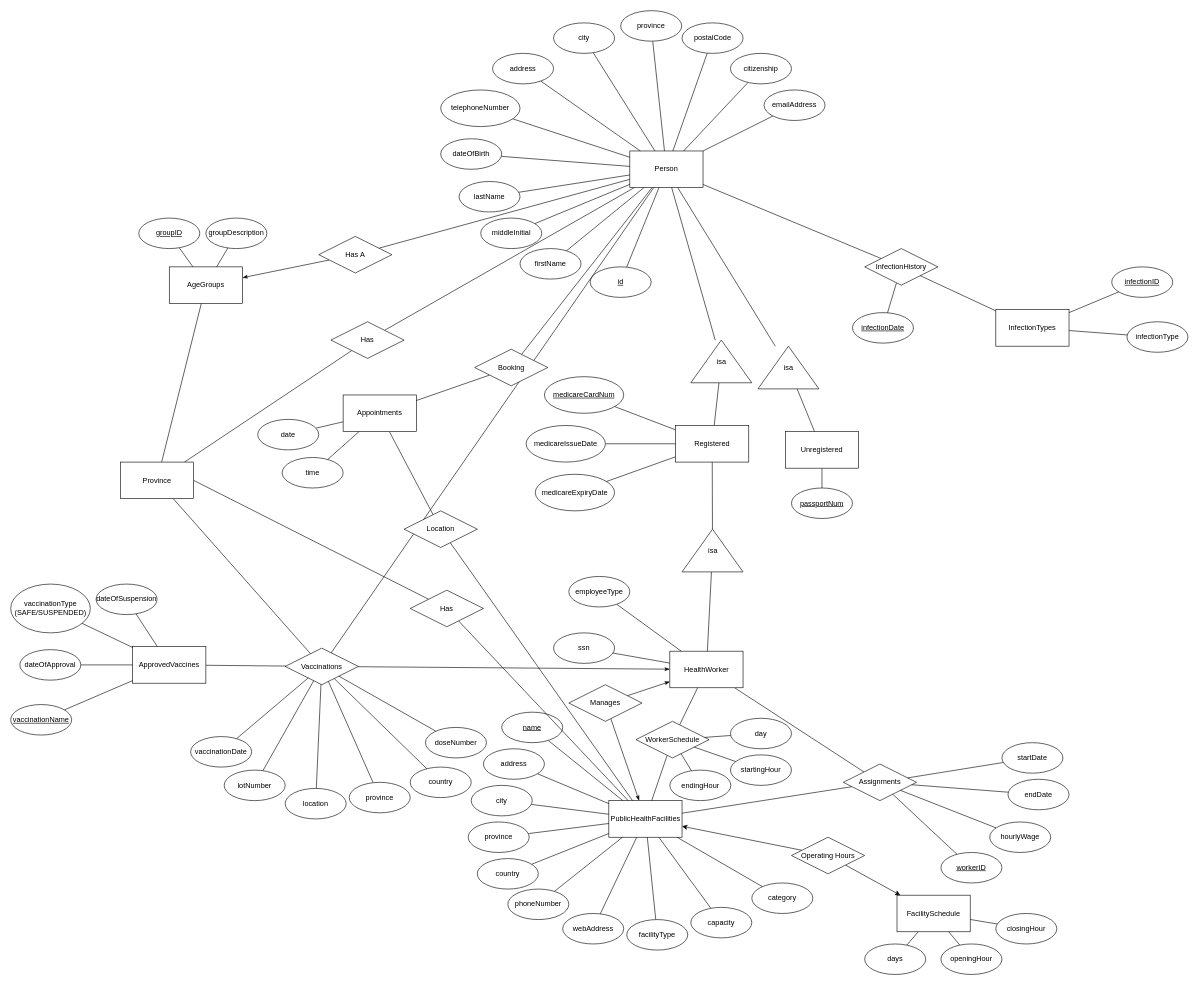
This is Diagram/er-model.drawio from sobhan-m/comp353-main-project, a draw.io file, before an edit. Source tidied: cells renumbered, new cells numbered last; positions are measured from the earlier drawing's top-left corner, leaving out a move shared by most shapes. Both pictures are drawn from the tidied source at 61%, with x=0, y=0 at pixel (10, 10).
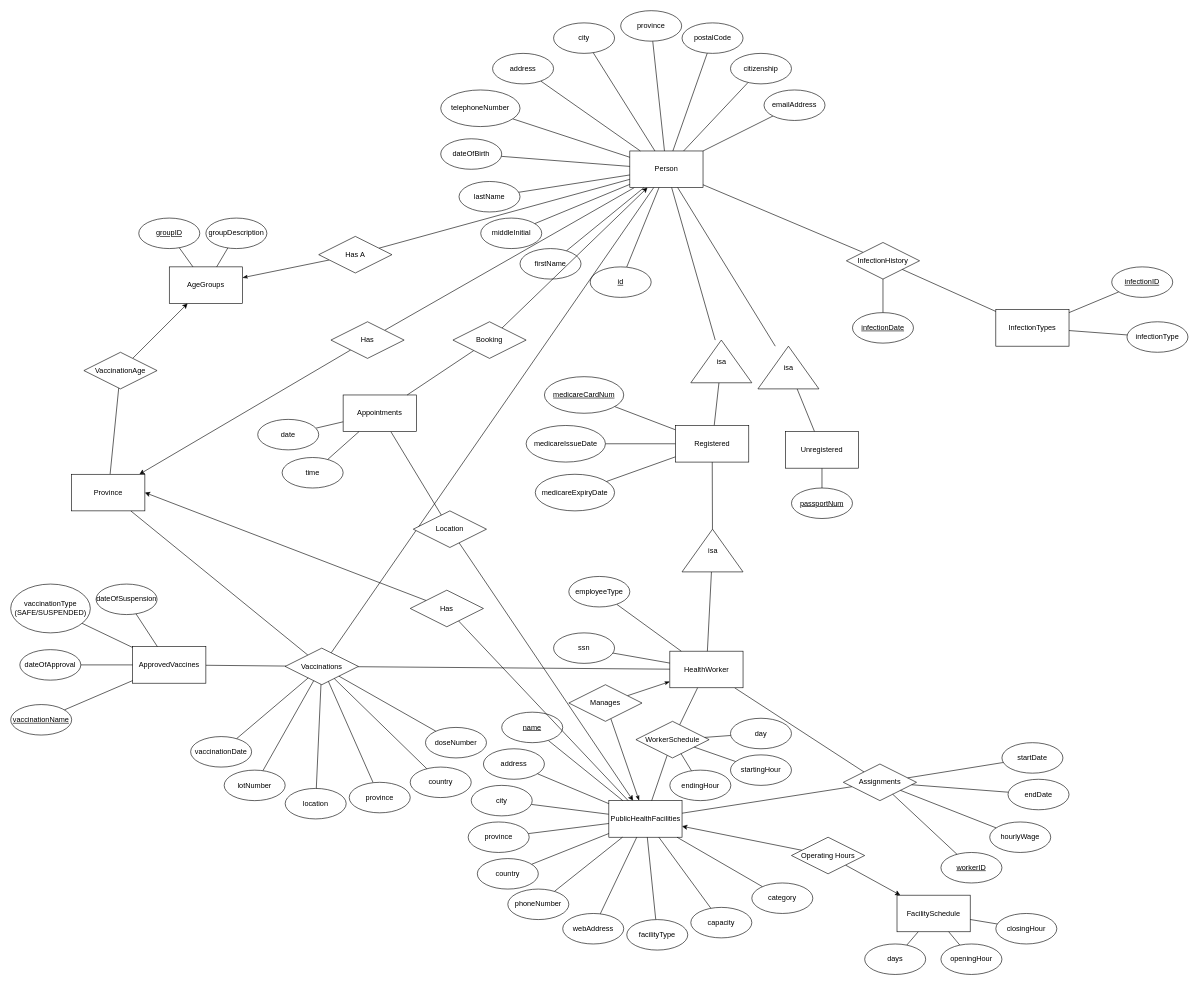
Above is the later version.

Commit message (it also covers changes not shown here):
Fixed Relationship Multiplicity

Unchanged cells that the change refers to:
```xml
<mxCell id="4" value="Person" style="rounded=0;whiteSpace=wrap;html=1;" parent="1" vertex="1">
  <mxGeometry x="1015" y="230" width="120" height="60" as="geometry" />
</mxCell>
<mxCell id="36" value="HealthWorker" style="rounded=0;whiteSpace=wrap;html=1;" parent="1" vertex="1">
  <mxGeometry x="1080.6" y="1050" width="120" height="60" as="geometry" />
</mxCell>
<mxCell id="41" value="PublicHealthFacilities" style="rounded=0;whiteSpace=wrap;html=1;" parent="1" vertex="1">
  <mxGeometry x="980.6" y="1295" width="120" height="60" as="geometry" />
</mxCell>
<mxCell id="58" value="AgeGroups" style="rounded=0;whiteSpace=wrap;html=1;" parent="1" vertex="1">
  <mxGeometry x="260" y="420" width="120" height="60" as="geometry" />
</mxCell>
<mxCell id="69" value="Vaccinations" style="shape=rhombus;perimeter=rhombusPerimeter;whiteSpace=wrap;html=1;align=center;" parent="1" vertex="1">
  <mxGeometry x="450" y="1045" width="120" height="60" as="geometry" />
</mxCell>
<mxCell id="163" value="Has" style="shape=rhombus;perimeter=rhombusPerimeter;whiteSpace=wrap;html=1;align=center;" parent="1" vertex="1">
  <mxGeometry x="655" y="950" width="120" height="60" as="geometry" />
</mxCell>
<mxCell id="164" value="Has" style="shape=rhombus;perimeter=rhombusPerimeter;whiteSpace=wrap;html=1;align=center;" parent="1" vertex="1">
  <mxGeometry x="525" y="510" width="120" height="60" as="geometry" />
</mxCell>
```

What changed in the source:
```diff
@@
-    <mxCell id="3" style="edgeStyle=none;rounded=0;jettySize=auto;html=1;endArrow=none;endFill=0;" parent="1" edge="1" source="4" target="164">
+    <mxCell id="3" style="edgeStyle=none;rounded=0;jettySize=auto;html=1;endArrow=none;endFill=0;startArrow=none;startFill=0;" parent="1" edge="1" source="4" target="164">
       <mxGeometry relative="1" as="geometry" />
     </mxCell>
@@
-    <mxCell id="57" style="edgeStyle=none;rounded=0;jettySize=auto;html=1;endArrow=none;endFill=0;" parent="1" edge="1" source="58" target="160">
-      <mxGeometry relative="1" as="geometry" />
-    </mxCell>
@@
-    <mxCell id="66" style="edgeStyle=none;rounded=0;jettySize=auto;html=1;startArrow=none;startFill=0;endArrow=classicThin;endFill=1;" parent="1" edge="1" source="69" target="36">
+    <mxCell id="66" style="edgeStyle=none;rounded=0;jettySize=auto;html=1;startArrow=none;startFill=0;endArrow=none;endFill=0;" parent="1" edge="1" source="69" target="36">
       <mxGeometry relative="1" as="geometry" />
     </mxCell>
@@
-    <mxCell id="68" style="edgeStyle=none;rounded=0;jettySize=auto;html=1;endArrow=none;endFill=0;" parent="1" edge="1" source="69" target="160">
+    <mxCell id="68" style="edgeStyle=none;rounded=0;jettySize=auto;html=1;endArrow=none;endFill=0;startArrow=none;startFill=0;" parent="1" edge="1" source="69" target="160">
       <mxGeometry relative="1" as="geometry" />
     </mxCell>
@@
     <mxCell id="103" value="InfectionHistory" style="shape=rhombus;perimeter=rhombusPerimeter;whiteSpace=wrap;html=1;align=center;" parent="1" vertex="1">
-      <mxGeometry x="1400" y="390" width="120" height="60" as="geometry" />
+      <mxGeometry x="1370" y="380" width="120" height="60" as="geometry" />
     </mxCell>
@@
-    <mxCell id="137" style="edgeStyle=none;rounded=0;jettySize=auto;html=1;endArrow=none;endFill=0;" parent="1" edge="1" source="139" target="4">
+    <mxCell id="137" style="edgeStyle=none;rounded=0;jettySize=auto;html=1;endArrow=classic;endFill=1;" parent="1" edge="1" source="139" target="4">
       <mxGeometry relative="1" as="geometry" />
     </mxCell>
@@
     <mxCell id="139" value="Booking" style="shape=rhombus;perimeter=rhombusPerimeter;whiteSpace=wrap;html=1;align=center;" parent="1" vertex="1">
-      <mxGeometry x="760.6" y="555" width="120" height="60" as="geometry" />
+      <mxGeometry x="725" y="510" width="120" height="60" as="geometry" />
     </mxCell>
-    <mxCell id="140" style="edgeStyle=none;rounded=0;jettySize=auto;html=1;endArrow=none;endFill=0;" parent="1" edge="1" source="141" target="41">
+    <mxCell id="140" style="edgeStyle=none;rounded=0;jettySize=auto;html=1;endArrow=classic;endFill=1;" parent="1" edge="1" source="141" target="41">
       <mxGeometry relative="1" as="geometry" />
     </mxCell>
     <mxCell id="141" value="Location" style="shape=rhombus;perimeter=rhombusPerimeter;whiteSpace=wrap;html=1;align=center;" parent="1" vertex="1">
-      <mxGeometry x="645" y="820" width="120" height="60" as="geometry" />
+      <mxGeometry x="660" y="820" width="120" height="60" as="geometry" />
     </mxCell>
@@
-    <mxCell id="159" style="edgeStyle=none;rounded=0;jettySize=auto;html=1;endArrow=none;endFill=0;" parent="1" edge="1" source="160" target="164">
+    <mxCell id="159" style="edgeStyle=none;rounded=0;jettySize=auto;html=1;endArrow=none;endFill=0;startArrow=classic;startFill=1;" parent="1" edge="1" source="160" target="164">
       <mxGeometry relative="1" as="geometry" />
     </mxCell>
+    <mxCell id="168" style="rounded=0;jettySize=auto;html=1;endArrow=none;endFill=0;" parent="1" edge="1" source="160" target="170">
+      <mxGeometry relative="1" as="geometry" />
+    </mxCell>
     <mxCell id="160" value="Province&lt;br&gt;" style="rounded=0;whiteSpace=wrap;html=1;" parent="1" vertex="1">
-      <mxGeometry x="180" y="740" width="120" height="60" as="geometry" />
+      <mxGeometry x="100" y="760" width="120" height="60" as="geometry" />
     </mxCell>
@@
-    <mxCell id="162" style="edgeStyle=none;rounded=0;jettySize=auto;html=1;entryX=1;entryY=0.5;entryDx=0;entryDy=0;endArrow=none;endFill=0;" parent="1" edge="1" source="163" target="160">
+    <mxCell id="162" style="edgeStyle=none;rounded=0;jettySize=auto;html=1;entryX=1;entryY=0.5;entryDx=0;entryDy=0;endArrow=classic;endFill=1;startArrow=none;startFill=0;" parent="1" edge="1" source="163" target="160">
       <mxGeometry relative="1" as="geometry" />
     </mxCell>
@@
+    <mxCell id="169" style="edgeStyle=none;rounded=0;jettySize=auto;html=1;endArrow=classic;endFill=1;" parent="1" edge="1" source="170" target="58">
+      <mxGeometry relative="1" as="geometry" />
+    </mxCell>
+    <mxCell id="170" value="VaccinationAge" style="shape=rhombus;perimeter=rhombusPerimeter;whiteSpace=wrap;html=1;align=center;" parent="1" vertex="1">
+      <mxGeometry x="120" y="560" width="120" height="60" as="geometry" />
+    </mxCell>
```
